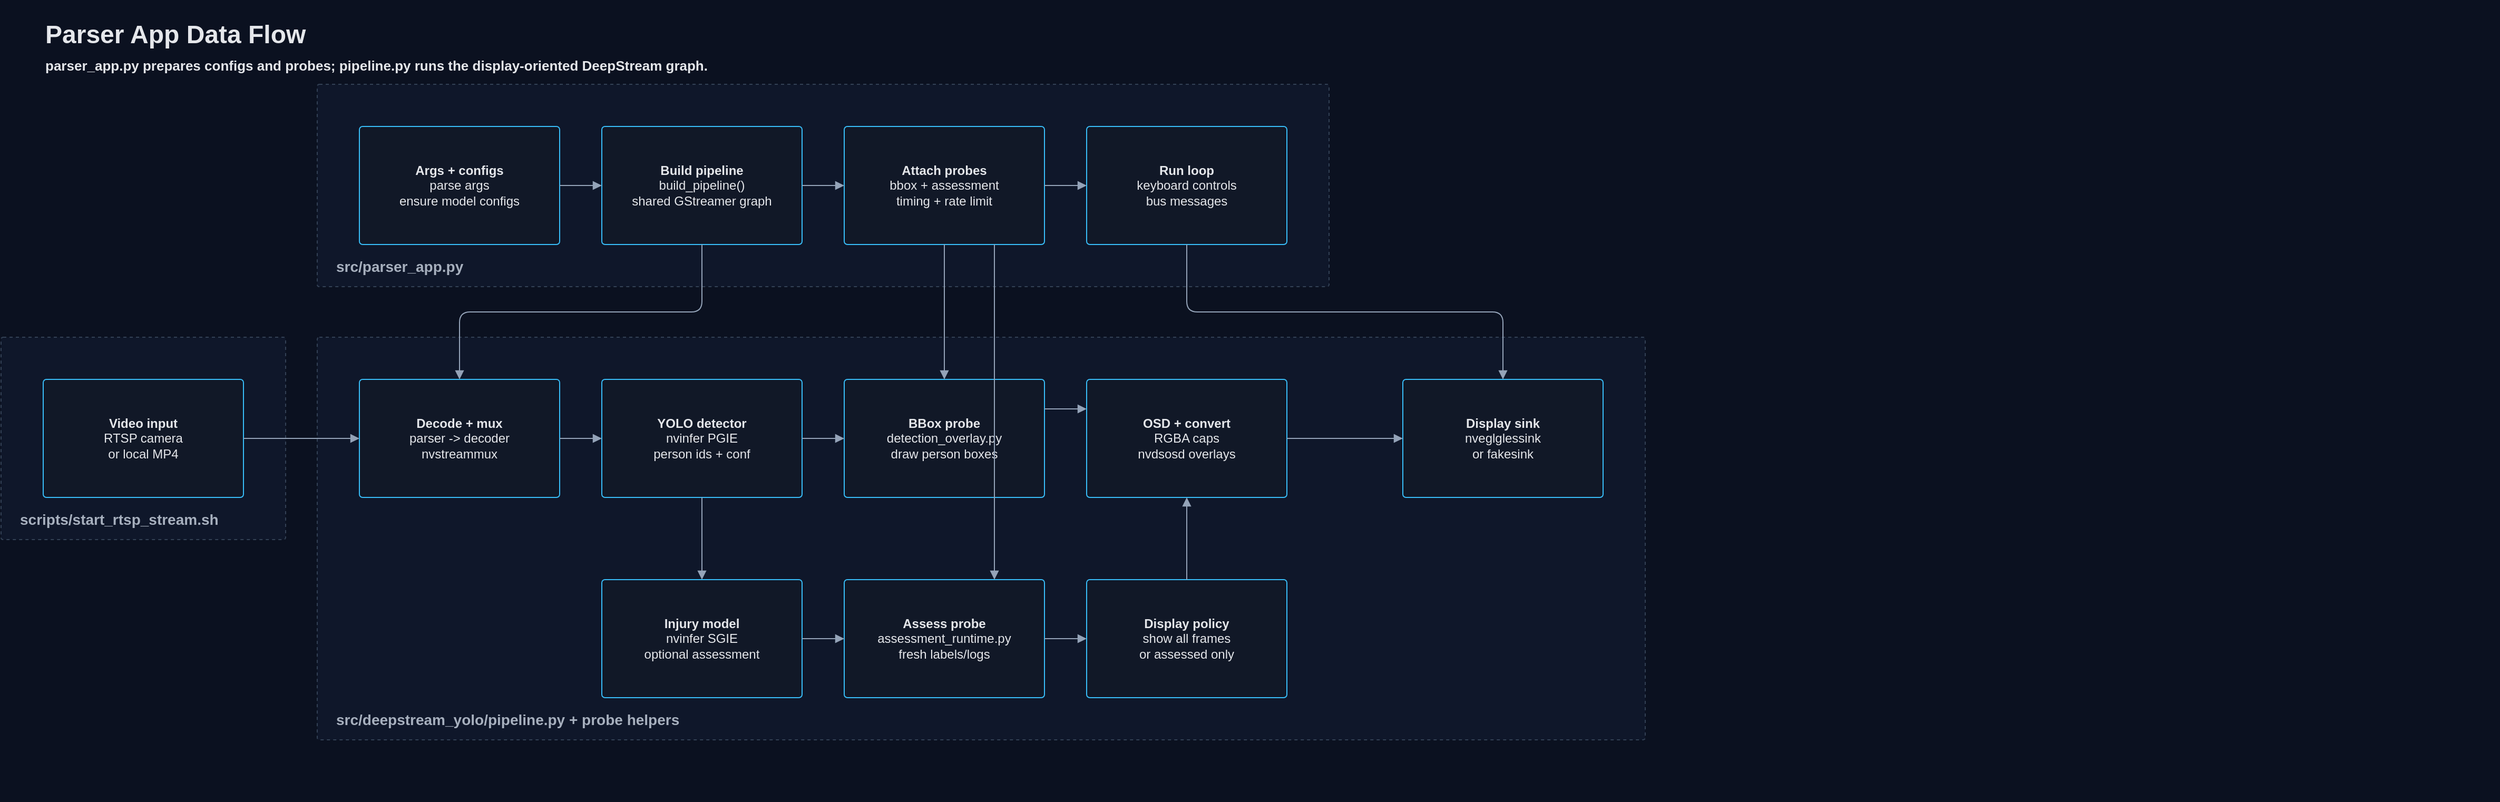
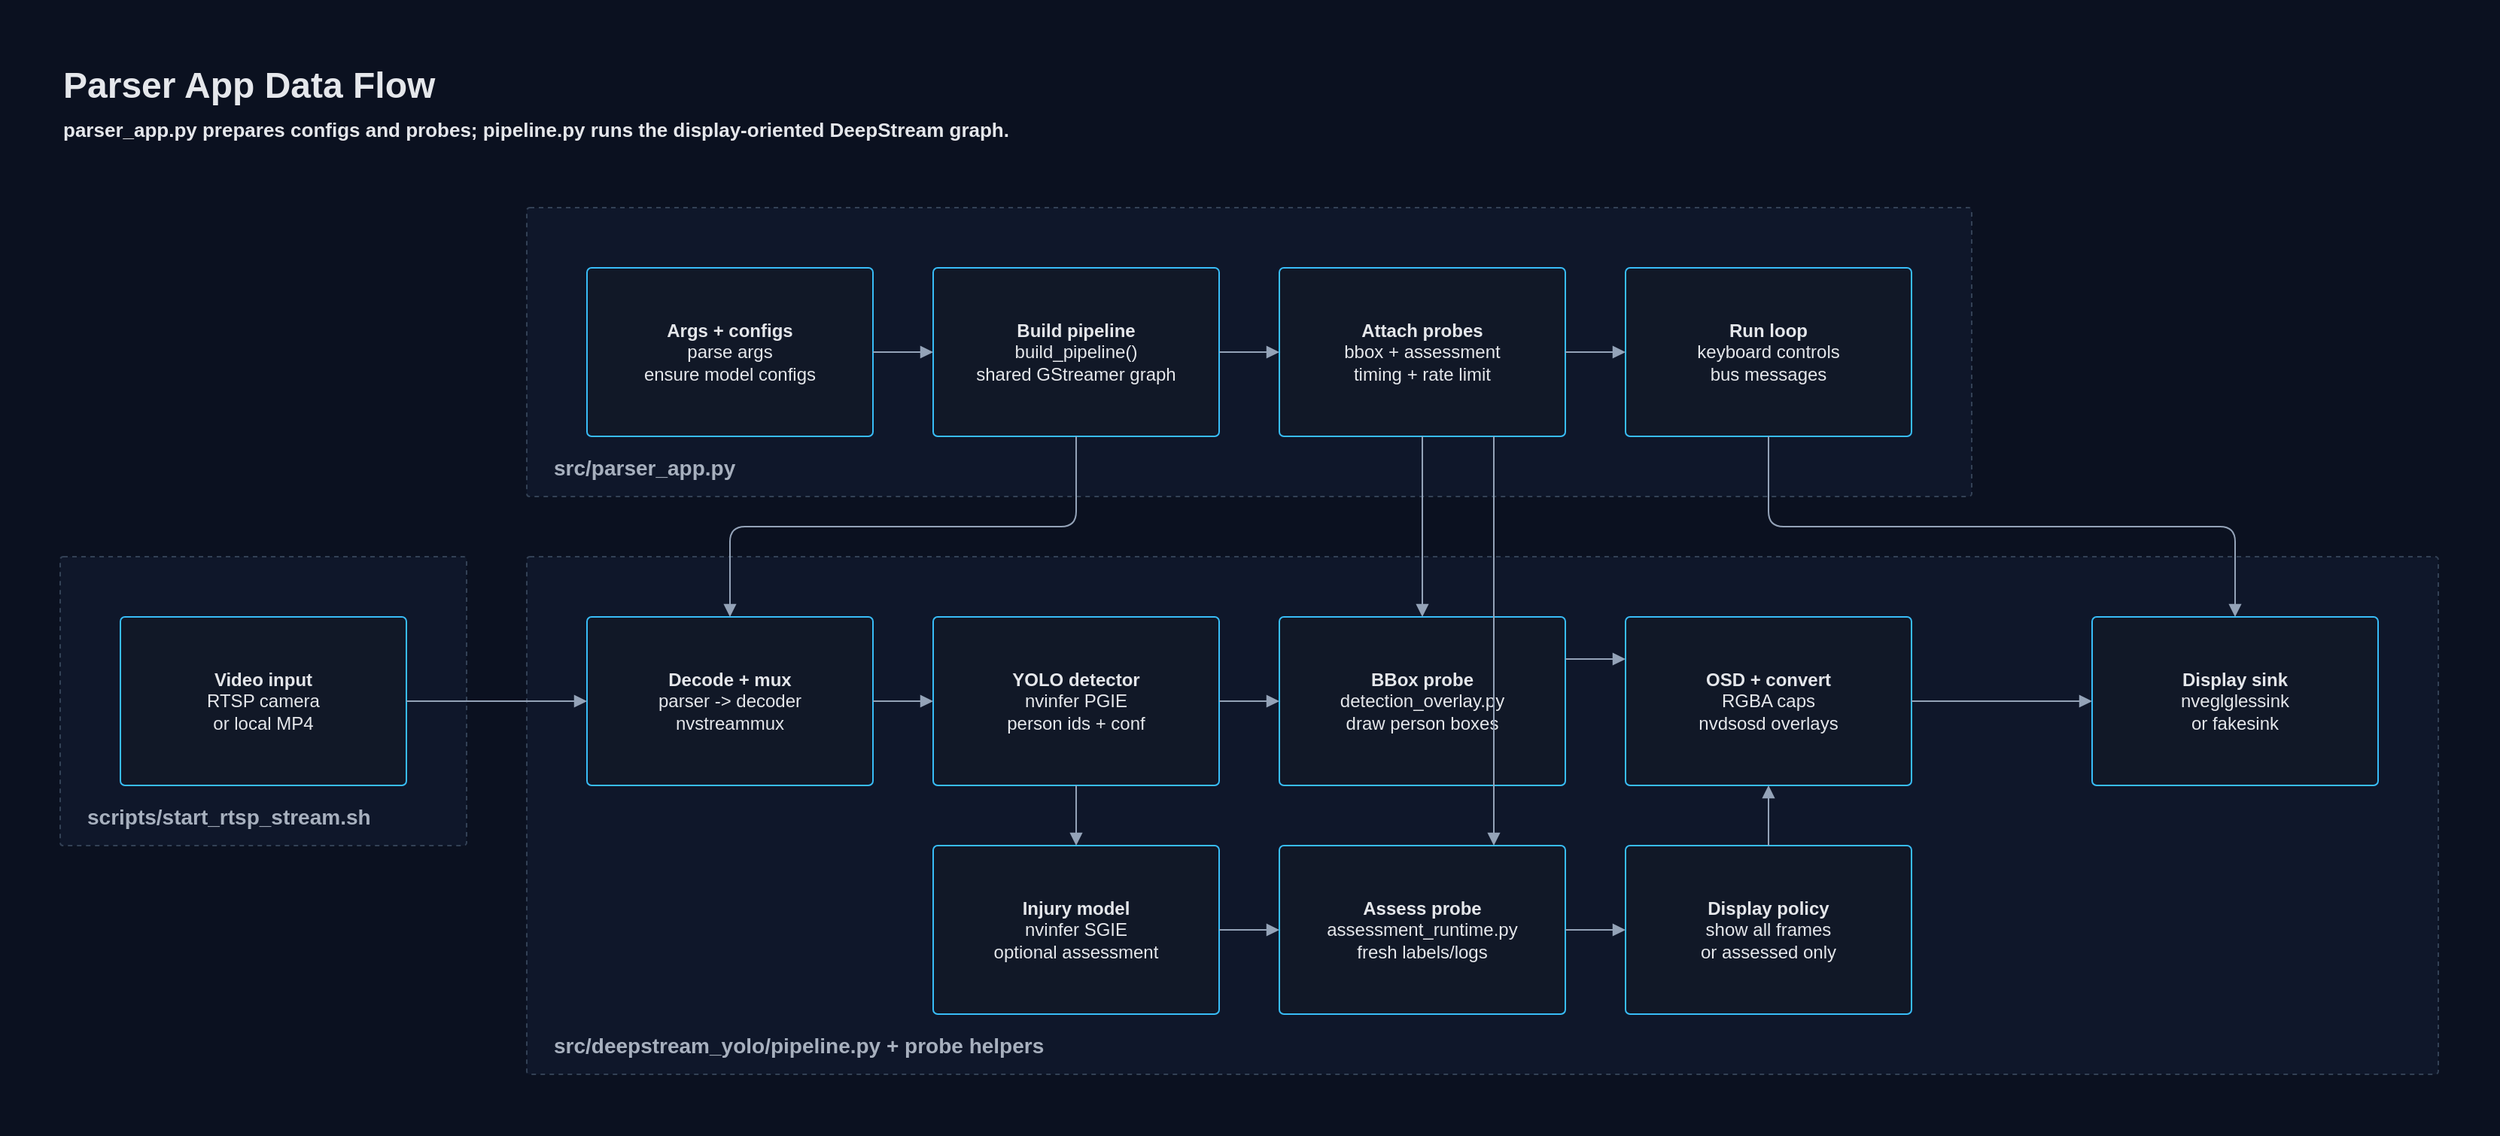
<?xml version="1.0" ?>
<mxfile host="app.diagrams.net" agent="Codex" version="24.7.17" type="device">
  <diagram id="parser_flow" name="Parser App Data Flow">
-     <mxGraphModel dx="1422" dy="794" grid="1" gridSize="10" guides="1" tooltips="1" connect="1" arrows="1" fold="1" page="1" pageScale="1" pageWidth="2370" pageHeight="760" background="#0b1120" math="0" shadow="0">
+     <mxGraphModel dx="1422" dy="794" grid="1" gridSize="10" guides="1" tooltips="1" connect="1" arrows="1" fold="1" page="1" pageScale="1" pageWidth="1660" pageHeight="754" background="#0b1120" math="0" shadow="0">
      <root>
        <mxCell id="0"/>
        <mxCell id="1" parent="0"/>
        <mxCell id="background" value="" style="rounded=0;whiteSpace=wrap;html=1;fillColor=#0b1120;strokeColor=none;" vertex="1" parent="1" connectable="0">
-           <mxGeometry x="0" y="0" width="2370" height="760" as="geometry"/>
+           <mxGeometry x="0" y="0" width="1660" height="754" as="geometry"/>
        </mxCell>
        <mxCell id="title" value="Parser App Data Flow" style="text;html=1;strokeColor=none;fillColor=none;align=left;verticalAlign=middle;whiteSpace=wrap;rounded=0;fontSize=24;fontColor=#e5e7eb;fontStyle=1;" vertex="1" parent="1">
-           <mxGeometry x="40" y="16" width="700" height="34" as="geometry"/>
+           <mxGeometry x="40" y="40" width="700" height="34" as="geometry"/>
        </mxCell>
        <mxCell id="subtitle" value="parser_app.py prepares configs and probes; pipeline.py runs the display-oriented DeepStream graph." style="text;html=1;strokeColor=none;fillColor=none;align=left;verticalAlign=middle;whiteSpace=wrap;rounded=0;fontSize=13;fontColor=#e5e7eb;fontStyle=1;" vertex="1" parent="1">
-           <mxGeometry x="40" y="50" width="1180" height="24" as="geometry"/>
+           <mxGeometry x="40" y="74" width="1180" height="24" as="geometry"/>
        </mxCell>
        <mxCell id="stream_group" value="" style="rounded=1;whiteSpace=wrap;html=1;arcSize=4;absoluteArcSize=1;fillColor=#0f172a;strokeColor=#334155;dashed=1;" vertex="1" parent="1" connectable="0">
-           <mxGeometry x="0" y="320" width="270" height="192" as="geometry"/>
+           <mxGeometry x="40" y="370" width="270" height="192" as="geometry"/>
        </mxCell>
        <mxCell id="stream_group_label" value="scripts/start_rtsp_stream.sh" style="text;html=1;strokeColor=none;fillColor=none;align=left;verticalAlign=bottom;whiteSpace=wrap;rounded=0;fontSize=14;fontColor=#a7b0be;fontStyle=1;" vertex="1" parent="1" connectable="0">
-           <mxGeometry x="16" y="480" width="238" height="24" as="geometry"/>
+           <mxGeometry x="56" y="530" width="238" height="24" as="geometry"/>
        </mxCell>
        <mxCell id="parser_group" value="" style="rounded=1;whiteSpace=wrap;html=1;arcSize=4;absoluteArcSize=1;fillColor=#0f172a;strokeColor=#334155;dashed=1;" vertex="1" parent="1" connectable="0">
-           <mxGeometry x="300" y="80" width="960" height="192" as="geometry"/>
+           <mxGeometry x="350" y="138" width="960" height="192" as="geometry"/>
        </mxCell>
        <mxCell id="parser_group_label" value="src/parser_app.py" style="text;html=1;strokeColor=none;fillColor=none;align=left;verticalAlign=bottom;whiteSpace=wrap;rounded=0;fontSize=14;fontColor=#a7b0be;fontStyle=1;" vertex="1" parent="1" connectable="0">
-           <mxGeometry x="316" y="240" width="928" height="24" as="geometry"/>
+           <mxGeometry x="366" y="298" width="928" height="24" as="geometry"/>
        </mxCell>
        <mxCell id="pipeline_group" value="" style="rounded=1;whiteSpace=wrap;html=1;arcSize=4;absoluteArcSize=1;fillColor=#0f172a;strokeColor=#334155;dashed=1;" vertex="1" parent="1" connectable="0">
-           <mxGeometry x="300" y="320" width="1260" height="382" as="geometry"/>
+           <mxGeometry x="350" y="370" width="1270" height="344" as="geometry"/>
        </mxCell>
        <mxCell id="pipeline_group_label" value="src/deepstream_yolo/pipeline.py + probe helpers" style="text;html=1;strokeColor=none;fillColor=none;align=left;verticalAlign=bottom;whiteSpace=wrap;rounded=0;fontSize=14;fontColor=#a7b0be;fontStyle=1;" vertex="1" parent="1" connectable="0">
-           <mxGeometry x="316" y="670" width="1228" height="24" as="geometry"/>
+           <mxGeometry x="366" y="682" width="1238" height="24" as="geometry"/>
        </mxCell>
        <mxCell id="setup" value="&lt;b&gt;Args + configs&lt;/b&gt;&lt;br&gt;parse args&lt;br&gt;ensure model configs" style="rounded=1;whiteSpace=wrap;html=1;arcSize=6;absoluteArcSize=1;fillColor=#111827;strokeColor=#38bdf8;fontColor=#e5e7eb;spacing=10;spacingTop=4;spacingBottom=4;shadow=0;" vertex="1" parent="1">
-           <mxGeometry x="340" y="120" width="190" height="112" as="geometry"/>
+           <mxGeometry x="390" y="178" width="190" height="112" as="geometry"/>
        </mxCell>
        <mxCell id="call" value="&lt;b&gt;Build pipeline&lt;/b&gt;&lt;br&gt;build_pipeline()&lt;br&gt;shared GStreamer graph" style="rounded=1;whiteSpace=wrap;html=1;arcSize=6;absoluteArcSize=1;fillColor=#111827;strokeColor=#38bdf8;fontColor=#e5e7eb;spacing=10;spacingTop=4;spacingBottom=4;shadow=0;" vertex="1" parent="1">
-           <mxGeometry x="570" y="120" width="190" height="112" as="geometry"/>
+           <mxGeometry x="620" y="178" width="190" height="112" as="geometry"/>
        </mxCell>
        <mxCell id="attach" value="&lt;b&gt;Attach probes&lt;/b&gt;&lt;br&gt;bbox + assessment&lt;br&gt;timing + rate limit" style="rounded=1;whiteSpace=wrap;html=1;arcSize=6;absoluteArcSize=1;fillColor=#111827;strokeColor=#38bdf8;fontColor=#e5e7eb;spacing=10;spacingTop=4;spacingBottom=4;shadow=0;" vertex="1" parent="1">
-           <mxGeometry x="800" y="120" width="190" height="112" as="geometry"/>
+           <mxGeometry x="850" y="178" width="190" height="112" as="geometry"/>
        </mxCell>
        <mxCell id="loop" value="&lt;b&gt;Run loop&lt;/b&gt;&lt;br&gt;keyboard controls&lt;br&gt;bus messages" style="rounded=1;whiteSpace=wrap;html=1;arcSize=6;absoluteArcSize=1;fillColor=#111827;strokeColor=#38bdf8;fontColor=#e5e7eb;spacing=10;spacingTop=4;spacingBottom=4;shadow=0;" vertex="1" parent="1">
-           <mxGeometry x="1030" y="120" width="190" height="112" as="geometry"/>
+           <mxGeometry x="1080" y="178" width="190" height="112" as="geometry"/>
        </mxCell>
        <mxCell id="video" value="&lt;b&gt;Video input&lt;/b&gt;&lt;br&gt;RTSP camera&lt;br&gt;or local MP4" style="rounded=1;whiteSpace=wrap;html=1;arcSize=6;absoluteArcSize=1;fillColor=#111827;strokeColor=#38bdf8;fontColor=#e5e7eb;spacing=10;spacingTop=4;spacingBottom=4;shadow=0;" vertex="1" parent="1">
-           <mxGeometry x="40" y="360" width="190" height="112" as="geometry"/>
+           <mxGeometry x="80" y="410" width="190" height="112" as="geometry"/>
        </mxCell>
        <mxCell id="decode" value="&lt;b&gt;Decode + mux&lt;/b&gt;&lt;br&gt;parser -&amp;gt; decoder&lt;br&gt;nvstreammux" style="rounded=1;whiteSpace=wrap;html=1;arcSize=6;absoluteArcSize=1;fillColor=#111827;strokeColor=#38bdf8;fontColor=#e5e7eb;spacing=10;spacingTop=4;spacingBottom=4;shadow=0;" vertex="1" parent="1">
-           <mxGeometry x="340" y="360" width="190" height="112" as="geometry"/>
+           <mxGeometry x="390" y="410" width="190" height="112" as="geometry"/>
        </mxCell>
        <mxCell id="pgie" value="&lt;b&gt;YOLO detector&lt;/b&gt;&lt;br&gt;nvinfer PGIE&lt;br&gt;person ids + conf" style="rounded=1;whiteSpace=wrap;html=1;arcSize=6;absoluteArcSize=1;fillColor=#111827;strokeColor=#38bdf8;fontColor=#e5e7eb;spacing=10;spacingTop=4;spacingBottom=4;shadow=0;" vertex="1" parent="1">
-           <mxGeometry x="570" y="360" width="190" height="112" as="geometry"/>
+           <mxGeometry x="620" y="410" width="190" height="112" as="geometry"/>
        </mxCell>
        <mxCell id="bbox" value="&lt;b&gt;BBox probe&lt;/b&gt;&lt;br&gt;detection_overlay.py&lt;br&gt;draw person boxes" style="rounded=1;whiteSpace=wrap;html=1;arcSize=6;absoluteArcSize=1;fillColor=#111827;strokeColor=#38bdf8;fontColor=#e5e7eb;spacing=10;spacingTop=4;spacingBottom=4;shadow=0;" vertex="1" parent="1">
-           <mxGeometry x="800" y="360" width="190" height="112" as="geometry"/>
+           <mxGeometry x="850" y="410" width="190" height="112" as="geometry"/>
        </mxCell>
        <mxCell id="osd" value="&lt;b&gt;OSD + convert&lt;/b&gt;&lt;br&gt;RGBA caps&lt;br&gt;nvdsosd overlays" style="rounded=1;whiteSpace=wrap;html=1;arcSize=6;absoluteArcSize=1;fillColor=#111827;strokeColor=#38bdf8;fontColor=#e5e7eb;spacing=10;spacingTop=4;spacingBottom=4;shadow=0;" vertex="1" parent="1">
-           <mxGeometry x="1030" y="360" width="190" height="112" as="geometry"/>
+           <mxGeometry x="1080" y="410" width="190" height="112" as="geometry"/>
        </mxCell>
        <mxCell id="sink" value="&lt;b&gt;Display sink&lt;/b&gt;&lt;br&gt;nveglglessink&lt;br&gt;or fakesink" style="rounded=1;whiteSpace=wrap;html=1;arcSize=6;absoluteArcSize=1;fillColor=#111827;strokeColor=#38bdf8;fontColor=#e5e7eb;spacing=10;spacingTop=4;spacingBottom=4;shadow=0;" vertex="1" parent="1">
-           <mxGeometry x="1330" y="360" width="190" height="112" as="geometry"/>
+           <mxGeometry x="1390" y="410" width="190" height="112" as="geometry"/>
        </mxCell>
        <mxCell id="sgie" value="&lt;b&gt;Injury model&lt;/b&gt;&lt;br&gt;nvinfer SGIE&lt;br&gt;optional assessment" style="rounded=1;whiteSpace=wrap;html=1;arcSize=6;absoluteArcSize=1;fillColor=#111827;strokeColor=#38bdf8;fontColor=#e5e7eb;spacing=10;spacingTop=4;spacingBottom=4;shadow=0;" vertex="1" parent="1">
-           <mxGeometry x="570" y="550" width="190" height="112" as="geometry"/>
+           <mxGeometry x="620" y="562" width="190" height="112" as="geometry"/>
        </mxCell>
        <mxCell id="assess" value="&lt;b&gt;Assess probe&lt;/b&gt;&lt;br&gt;assessment_runtime.py&lt;br&gt;fresh labels/logs" style="rounded=1;whiteSpace=wrap;html=1;arcSize=6;absoluteArcSize=1;fillColor=#111827;strokeColor=#38bdf8;fontColor=#e5e7eb;spacing=10;spacingTop=4;spacingBottom=4;shadow=0;" vertex="1" parent="1">
-           <mxGeometry x="800" y="550" width="190" height="112" as="geometry"/>
+           <mxGeometry x="850" y="562" width="190" height="112" as="geometry"/>
        </mxCell>
        <mxCell id="status" value="&lt;b&gt;Display policy&lt;/b&gt;&lt;br&gt;show all frames&lt;br&gt;or assessed only" style="rounded=1;whiteSpace=wrap;html=1;arcSize=6;absoluteArcSize=1;fillColor=#111827;strokeColor=#38bdf8;fontColor=#e5e7eb;spacing=10;spacingTop=4;spacingBottom=4;shadow=0;" vertex="1" parent="1">
-           <mxGeometry x="1030" y="550" width="190" height="112" as="geometry"/>
+           <mxGeometry x="1080" y="562" width="190" height="112" as="geometry"/>
        </mxCell>
        <mxCell id="edge_setup_call" value="" style="edgeStyle=orthogonalEdgeStyle;rounded=1;orthogonalLoop=1;jettySize=auto;html=1;endArrow=block;endFill=1;strokeColor=#94a3b8;fontColor=#a7b0be;exitX=1;exitY=0.5;exitDx=0;exitDy=0;entryX=0;entryY=0.5;entryDx=0;entryDy=0;" edge="1" parent="1" source="setup" target="call">
          <mxGeometry relative="1" as="geometry"/>
        </mxCell>
        <mxCell id="edge_call_attach" value="" style="edgeStyle=orthogonalEdgeStyle;rounded=1;orthogonalLoop=1;jettySize=auto;html=1;endArrow=block;endFill=1;strokeColor=#94a3b8;fontColor=#a7b0be;exitX=1;exitY=0.5;exitDx=0;exitDy=0;entryX=0;entryY=0.5;entryDx=0;entryDy=0;" edge="1" parent="1" source="call" target="attach">
          <mxGeometry relative="1" as="geometry"/>
        </mxCell>
        <mxCell id="edge_attach_loop" value="" style="edgeStyle=orthogonalEdgeStyle;rounded=1;orthogonalLoop=1;jettySize=auto;html=1;endArrow=block;endFill=1;strokeColor=#94a3b8;fontColor=#a7b0be;exitX=1;exitY=0.5;exitDx=0;exitDy=0;entryX=0;entryY=0.5;entryDx=0;entryDy=0;" edge="1" parent="1" source="attach" target="loop">
          <mxGeometry relative="1" as="geometry"/>
        </mxCell>
        <mxCell id="edge_call_decode" value="" style="edgeStyle=orthogonalEdgeStyle;rounded=1;orthogonalLoop=1;jettySize=auto;html=1;endArrow=block;endFill=1;strokeColor=#94a3b8;fontColor=#a7b0be;exitX=0.5;exitY=1;exitDx=0;exitDy=0;entryX=0.5;entryY=0;entryDx=0;entryDy=0;" edge="1" parent="1" source="call" target="decode">
          <mxGeometry relative="1" as="geometry">
            <Array as="points">
-               <mxPoint x="665" y="296"/>
-               <mxPoint x="435" y="296"/>
+               <mxPoint x="715" y="350"/>
+               <mxPoint x="485" y="350"/>
            </Array>
          </mxGeometry>
        </mxCell>
        <mxCell id="edge_attach_bbox" value="" style="edgeStyle=orthogonalEdgeStyle;rounded=1;orthogonalLoop=1;jettySize=auto;html=1;endArrow=block;endFill=1;strokeColor=#94a3b8;fontColor=#a7b0be;exitX=0.5;exitY=1;exitDx=0;exitDy=0;entryX=0.5;entryY=0;entryDx=0;entryDy=0;" edge="1" parent="1" source="attach" target="bbox">
          <mxGeometry relative="1" as="geometry">
            <Array as="points">
-               <mxPoint x="895" y="296"/>
-               <mxPoint x="895" y="296"/>
+               <mxPoint x="945" y="350"/>
+               <mxPoint x="945" y="350"/>
            </Array>
          </mxGeometry>
        </mxCell>
        <mxCell id="edge_attach_assess" value="" style="edgeStyle=orthogonalEdgeStyle;rounded=1;orthogonalLoop=1;jettySize=auto;html=1;endArrow=block;endFill=1;strokeColor=#94a3b8;fontColor=#a7b0be;exitX=0.75;exitY=1;exitDx=0;exitDy=0;entryX=0.75;entryY=0;entryDx=0;entryDy=0;" edge="1" parent="1" source="attach" target="assess">
          <mxGeometry relative="1" as="geometry"/>
        </mxCell>
        <mxCell id="edge_loop_sink" value="" style="edgeStyle=orthogonalEdgeStyle;rounded=1;orthogonalLoop=1;jettySize=auto;html=1;endArrow=block;endFill=1;strokeColor=#94a3b8;fontColor=#a7b0be;exitX=0.5;exitY=1;exitDx=0;exitDy=0;entryX=0.5;entryY=0;entryDx=0;entryDy=0;" edge="1" parent="1" source="loop" target="sink">
          <mxGeometry relative="1" as="geometry">
            <Array as="points">
-               <mxPoint x="1125" y="296"/>
-               <mxPoint x="1425" y="296"/>
+               <mxPoint x="1175" y="350"/>
+               <mxPoint x="1485" y="350"/>
            </Array>
          </mxGeometry>
        </mxCell>
        <mxCell id="edge_video_decode" value="" style="edgeStyle=orthogonalEdgeStyle;rounded=1;orthogonalLoop=1;jettySize=auto;html=1;endArrow=block;endFill=1;strokeColor=#94a3b8;fontColor=#a7b0be;exitX=1;exitY=0.5;exitDx=0;exitDy=0;entryX=0;entryY=0.5;entryDx=0;entryDy=0;" edge="1" parent="1" source="video" target="decode">
          <mxGeometry relative="1" as="geometry"/>
        </mxCell>
        <mxCell id="edge_decode_pgie" value="" style="edgeStyle=orthogonalEdgeStyle;rounded=1;orthogonalLoop=1;jettySize=auto;html=1;endArrow=block;endFill=1;strokeColor=#94a3b8;fontColor=#a7b0be;exitX=1;exitY=0.5;exitDx=0;exitDy=0;entryX=0;entryY=0.5;entryDx=0;entryDy=0;" edge="1" parent="1" source="decode" target="pgie">
          <mxGeometry relative="1" as="geometry"/>
        </mxCell>
        <mxCell id="edge_pgie_bbox" value="" style="edgeStyle=orthogonalEdgeStyle;rounded=1;orthogonalLoop=1;jettySize=auto;html=1;endArrow=block;endFill=1;strokeColor=#94a3b8;fontColor=#a7b0be;exitX=1;exitY=0.5;exitDx=0;exitDy=0;entryX=0;entryY=0.5;entryDx=0;entryDy=0;" edge="1" parent="1" source="pgie" target="bbox">
          <mxGeometry relative="1" as="geometry"/>
        </mxCell>
        <mxCell id="edge_bbox_osd" value="" style="edgeStyle=orthogonalEdgeStyle;rounded=1;orthogonalLoop=1;jettySize=auto;html=1;endArrow=block;endFill=1;strokeColor=#94a3b8;fontColor=#a7b0be;exitX=1;exitY=0.25;exitDx=0;exitDy=0;entryX=0;entryY=0.25;entryDx=0;entryDy=0;" edge="1" parent="1" source="bbox" target="osd">
          <mxGeometry relative="1" as="geometry"/>
        </mxCell>
        <mxCell id="edge_osd_sink" value="" style="edgeStyle=orthogonalEdgeStyle;rounded=1;orthogonalLoop=1;jettySize=auto;html=1;endArrow=block;endFill=1;strokeColor=#94a3b8;fontColor=#a7b0be;exitX=1;exitY=0.5;exitDx=0;exitDy=0;entryX=0;entryY=0.5;entryDx=0;entryDy=0;" edge="1" parent="1" source="osd" target="sink">
          <mxGeometry relative="1" as="geometry"/>
        </mxCell>
        <mxCell id="edge_pgie_sgie" value="" style="edgeStyle=orthogonalEdgeStyle;rounded=1;orthogonalLoop=1;jettySize=auto;html=1;endArrow=block;endFill=1;strokeColor=#94a3b8;fontColor=#a7b0be;exitX=0.5;exitY=1;exitDx=0;exitDy=0;entryX=0.5;entryY=0;entryDx=0;entryDy=0;" edge="1" parent="1" source="pgie" target="sgie">
          <mxGeometry relative="1" as="geometry"/>
        </mxCell>
        <mxCell id="edge_sgie_assess" value="" style="edgeStyle=orthogonalEdgeStyle;rounded=1;orthogonalLoop=1;jettySize=auto;html=1;endArrow=block;endFill=1;strokeColor=#94a3b8;fontColor=#a7b0be;exitX=1;exitY=0.5;exitDx=0;exitDy=0;entryX=0;entryY=0.5;entryDx=0;entryDy=0;" edge="1" parent="1" source="sgie" target="assess">
          <mxGeometry relative="1" as="geometry"/>
        </mxCell>
        <mxCell id="edge_assess_status" value="" style="edgeStyle=orthogonalEdgeStyle;rounded=1;orthogonalLoop=1;jettySize=auto;html=1;endArrow=block;endFill=1;strokeColor=#94a3b8;fontColor=#a7b0be;exitX=1;exitY=0.5;exitDx=0;exitDy=0;entryX=0;entryY=0.5;entryDx=0;entryDy=0;" edge="1" parent="1" source="assess" target="status">
          <mxGeometry relative="1" as="geometry"/>
        </mxCell>
        <mxCell id="edge_status_osd" value="" style="edgeStyle=orthogonalEdgeStyle;rounded=1;orthogonalLoop=1;jettySize=auto;html=1;endArrow=block;endFill=1;strokeColor=#94a3b8;fontColor=#a7b0be;exitX=0.5;exitY=0;exitDx=0;exitDy=0;entryX=0.5;entryY=1;entryDx=0;entryDy=0;" edge="1" parent="1" source="status" target="osd">
          <mxGeometry relative="1" as="geometry"/>
        </mxCell>
      </root>
    </mxGraphModel>
  </diagram>
</mxfile>
